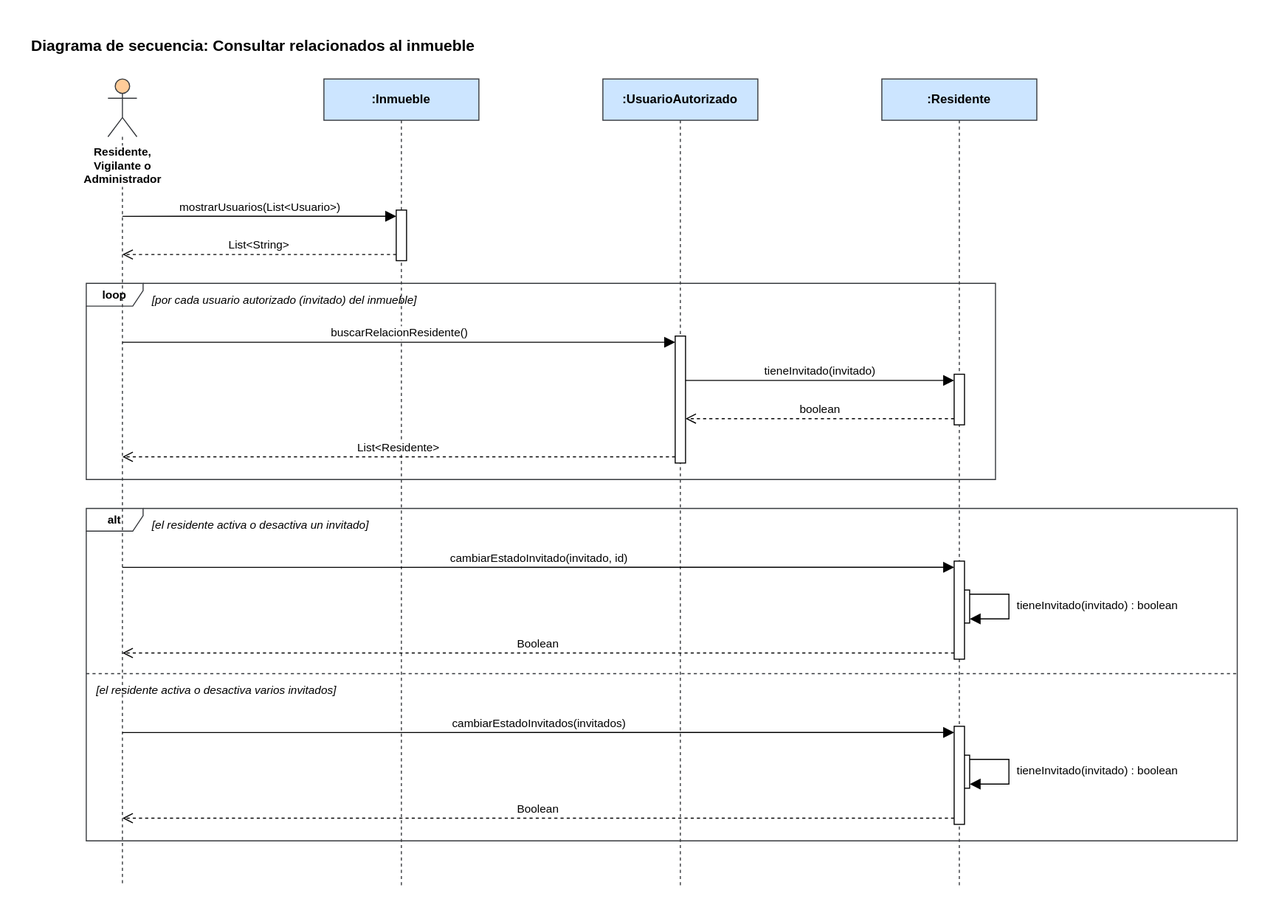
This is Diagramas/Secuencia/consultar-relacionados-al-inmueble.svg from manuel20051208/HorizontalSoftware-Back-End, a draw.io export, as it was before one commit. Source tidied: cells renumbered, new cells last; positions are measured from the earlier drawing's top-left corner, leaving out a move shared by most shapes. Its diagram source:
```xml
<mxGraphModel>
  <root>
    <mxCell id="0" />
    <mxCell id="1" parent="0" />
    <mxCell id="2" value="&lt;b&gt;Diagrama de secuencia: Consultar relacionados al inmueble&lt;/b&gt;" style="text;html=1;align=left;verticalAlign=top;whiteSpace=wrap;fontSize=15;" parent="1" vertex="1">
      <mxGeometry width="1169" height="26" as="geometry" />
    </mxCell>
    <mxCell id="3" value="Residente,&lt;br&gt;Vigilante o&lt;br&gt;Administrador" style="shape=umlLifeline;participant=umlActor;perimeter=lifelinePerimeter;whiteSpace=nowrap;html=1;outlineConnect=0;portConstraint=eastwest;size=56;verticalAlign=top;spacingTop=58;labelBackgroundColor=#ffffff;fontStyle=1;fontSize=11;fillColor=#ffcc99;strokeColor=#36393d;" parent="1" vertex="1">
      <mxGeometry x="76" y="48" width="28" height="782" as="geometry" />
    </mxCell>
    <mxCell id="4" value=":Inmueble" style="shape=umlLifeline;perimeter=lifelinePerimeter;whiteSpace=wrap;html=1;fillColor=#cce5ff;strokeColor=#36393d;fontStyle=1;fontSize=12;" parent="1" vertex="1">
      <mxGeometry x="285" y="48" width="150" height="782" as="geometry" />
    </mxCell>
    <mxCell id="5" value=":UsuarioAutorizado" style="shape=umlLifeline;perimeter=lifelinePerimeter;whiteSpace=wrap;html=1;fillColor=#cce5ff;strokeColor=#36393d;fontStyle=1;fontSize=12;" parent="1" vertex="1">
      <mxGeometry x="555" y="48" width="150" height="782" as="geometry" />
    </mxCell>
    <mxCell id="6" value=":Residente" style="shape=umlLifeline;perimeter=lifelinePerimeter;whiteSpace=wrap;html=1;fillColor=#cce5ff;strokeColor=#36393d;fontStyle=1;fontSize=12;" parent="1" vertex="1">
      <mxGeometry x="825" y="48" width="150" height="782" as="geometry" />
    </mxCell>
    <mxCell id="7" style="html=1;points=[];perimeter=orthogonalPerimeter;fillColor=#ffffff;strokeColor=#000000;" parent="1" vertex="1">
      <mxGeometry x="355" y="175" width="10" height="49" as="geometry" />
    </mxCell>
    <mxCell id="8" style="html=1;points=[];perimeter=orthogonalPerimeter;fillColor=#ffffff;strokeColor=#000000;" parent="1" vertex="1">
      <mxGeometry x="895" y="334" width="10" height="49" as="geometry" />
    </mxCell>
    <mxCell id="9" style="html=1;points=[];perimeter=orthogonalPerimeter;fillColor=#ffffff;strokeColor=#000000;" parent="1" vertex="1">
      <mxGeometry x="625" y="297" width="10" height="123" as="geometry" />
    </mxCell>
    <mxCell id="10" style="html=1;points=[];perimeter=orthogonalPerimeter;fillColor=#ffffff;strokeColor=#000000;" parent="1" vertex="1">
      <mxGeometry x="900" y="543" width="10" height="32" as="geometry" />
    </mxCell>
    <mxCell id="11" style="html=1;points=[];perimeter=orthogonalPerimeter;fillColor=#ffffff;strokeColor=#000000;" parent="1" vertex="1">
      <mxGeometry x="895" y="515" width="10" height="95" as="geometry" />
    </mxCell>
    <mxCell id="12" style="html=1;points=[];perimeter=orthogonalPerimeter;fillColor=#ffffff;strokeColor=#000000;" parent="1" vertex="1">
      <mxGeometry x="900" y="703" width="10" height="32" as="geometry" />
    </mxCell>
    <mxCell id="13" style="html=1;points=[];perimeter=orthogonalPerimeter;fillColor=#ffffff;strokeColor=#000000;" parent="1" vertex="1">
      <mxGeometry x="895" y="675" width="10" height="95" as="geometry" />
    </mxCell>
    <mxCell id="14" value="mostrarUsuarios(List&amp;lt;Usuario&amp;gt;)" style="html=1;verticalAlign=bottom;rounded=0;fontSize=11;strokeColor=#000000;endArrow=block;endFill=1;endSize=8;exitX=0.5000;exitY=0.1701;exitDx=0;exitDy=0;exitPerimeter=0;entryX=0.0000;entryY=0.1224;entryDx=0;entryDy=0;entryPerimeter=0;" parent="1" edge="1" source="3" target="7">
      <mxGeometry relative="1" as="geometry" />
    </mxCell>
    <mxCell id="15" value="List&amp;lt;String&amp;gt;" style="html=1;verticalAlign=bottom;rounded=0;fontSize=11;strokeColor=#000000;dashed=1;endArrow=open;endFill=0;endSize=8;exitX=0.0000;exitY=0.8776;exitDx=0;exitDy=0;exitPerimeter=0;entryX=0.5000;entryY=0.2174;entryDx=0;entryDy=0;entryPerimeter=0;" parent="1" edge="1" source="7" target="3">
      <mxGeometry relative="1" as="geometry" />
    </mxCell>
    <mxCell id="16" value="buscarRelacionResidente()" style="html=1;verticalAlign=bottom;rounded=0;fontSize=11;strokeColor=#000000;endArrow=block;endFill=1;endSize=8;exitX=0.5000;exitY=0.3261;exitDx=0;exitDy=0;exitPerimeter=0;entryX=0.0000;entryY=0.0488;entryDx=0;entryDy=0;entryPerimeter=0;" parent="1" edge="1" source="3" target="9">
      <mxGeometry relative="1" as="geometry" />
    </mxCell>
    <mxCell id="17" value="tieneInvitado(invitado)" style="html=1;verticalAlign=bottom;rounded=0;fontSize=11;strokeColor=#000000;endArrow=block;endFill=1;endSize=8;exitX=1.0000;exitY=0.3496;exitDx=0;exitDy=0;exitPerimeter=0;entryX=0.0000;entryY=0.1224;entryDx=0;entryDy=0;entryPerimeter=0;" parent="1" edge="1" source="9" target="8">
      <mxGeometry relative="1" as="geometry" />
    </mxCell>
    <mxCell id="18" value="boolean" style="html=1;verticalAlign=bottom;rounded=0;fontSize=11;strokeColor=#000000;dashed=1;endArrow=open;endFill=0;endSize=8;exitX=0.0000;exitY=0.8776;exitDx=0;exitDy=0;exitPerimeter=0;entryX=1.0000;entryY=0.6504;entryDx=0;entryDy=0;entryPerimeter=0;" parent="1" edge="1" source="8" target="9">
      <mxGeometry relative="1" as="geometry" />
    </mxCell>
    <mxCell id="19" value="List&amp;lt;Residente&amp;gt;" style="html=1;verticalAlign=bottom;rounded=0;fontSize=11;strokeColor=#000000;dashed=1;endArrow=open;endFill=0;endSize=8;exitX=0.0000;exitY=0.9512;exitDx=0;exitDy=0;exitPerimeter=0;entryX=0.5000;entryY=0.4680;entryDx=0;entryDy=0;entryPerimeter=0;" parent="1" edge="1" source="9" target="3">
      <mxGeometry relative="1" as="geometry" />
    </mxCell>
    <mxCell id="20" value="cambiarEstadoInvitado(invitado, id)" style="html=1;verticalAlign=bottom;rounded=0;fontSize=11;strokeColor=#000000;endArrow=block;endFill=1;endSize=8;exitX=0.5000;exitY=0.6049;exitDx=0;exitDy=0;exitPerimeter=0;entryX=0.0000;entryY=0.0632;entryDx=0;entryDy=0;entryPerimeter=0;" parent="1" edge="1" source="3" target="11">
      <mxGeometry relative="1" as="geometry" />
    </mxCell>
    <mxCell id="21" style="html=1;rounded=0;endArrow=block;endFill=1;endSize=8;strokeColor=#000000;exitX=1.0000;exitY=0.1250;exitDx=0;exitDy=0;exitPerimeter=0;entryX=1.0000;entryY=0.8750;entryDx=0;entryDy=0;entryPerimeter=0;" parent="1" edge="1" source="10" target="10">
      <mxGeometry relative="1" as="geometry">
        <Array as="points">
          <mxPoint x="948" y="547" />
          <mxPoint x="948" y="571" />
        </Array>
      </mxGeometry>
    </mxCell>
    <mxCell id="22" value="Boolean" style="html=1;verticalAlign=bottom;rounded=0;fontSize=11;strokeColor=#000000;dashed=1;endArrow=open;endFill=0;endSize=8;exitX=0.0000;exitY=0.9368;exitDx=0;exitDy=0;exitPerimeter=0;entryX=0.5000;entryY=0.7110;entryDx=0;entryDy=0;entryPerimeter=0;" parent="1" edge="1" source="11" target="3">
      <mxGeometry relative="1" as="geometry" />
    </mxCell>
    <mxCell id="23" value="cambiarEstadoInvitados(invitados)" style="html=1;verticalAlign=bottom;rounded=0;fontSize=11;strokeColor=#000000;endArrow=block;endFill=1;endSize=8;exitX=0.5000;exitY=0.8095;exitDx=0;exitDy=0;exitPerimeter=0;entryX=0.0000;entryY=0.0632;entryDx=0;entryDy=0;entryPerimeter=0;" parent="1" edge="1" source="3" target="13">
      <mxGeometry relative="1" as="geometry" />
    </mxCell>
    <mxCell id="24" style="html=1;rounded=0;endArrow=block;endFill=1;endSize=8;strokeColor=#000000;exitX=1.0000;exitY=0.1250;exitDx=0;exitDy=0;exitPerimeter=0;entryX=1.0000;entryY=0.8750;entryDx=0;entryDy=0;entryPerimeter=0;" parent="1" edge="1" source="12" target="12">
      <mxGeometry relative="1" as="geometry">
        <Array as="points">
          <mxPoint x="948" y="707" />
          <mxPoint x="948" y="731" />
        </Array>
      </mxGeometry>
    </mxCell>
    <mxCell id="25" value="Boolean" style="html=1;verticalAlign=bottom;rounded=0;fontSize=11;strokeColor=#000000;dashed=1;endArrow=open;endFill=0;endSize=8;exitX=0.0000;exitY=0.9368;exitDx=0;exitDy=0;exitPerimeter=0;entryX=0.5000;entryY=0.9156;entryDx=0;entryDy=0;entryPerimeter=0;" parent="1" edge="1" source="13" target="3">
      <mxGeometry relative="1" as="geometry" />
    </mxCell>
    <mxCell id="26" value="tieneInvitado(invitado) : boolean" style="text;html=1;align=left;verticalAlign=top;whiteSpace=wrap;overflow=hidden;fontSize=11;" parent="1" vertex="1">
      <mxGeometry x="954" y="545" width="185" height="28" as="geometry" />
    </mxCell>
    <mxCell id="27" value="tieneInvitado(invitado) : boolean" style="text;html=1;align=left;verticalAlign=top;whiteSpace=wrap;overflow=hidden;fontSize=11;" parent="1" vertex="1">
      <mxGeometry x="954" y="705" width="185" height="28" as="geometry" />
    </mxCell>
    <mxCell id="28" value="loop" style="shape=umlFrame;whiteSpace=wrap;html=1;fillColor=none;strokeColor=#36393d;fontStyle=1;fontSize=11;width=55;height=22;" parent="1" vertex="1">
      <mxGeometry x="55" y="246" width="880" height="190" as="geometry" />
    </mxCell>
    <mxCell id="29" value="alt" style="shape=umlFrame;whiteSpace=wrap;html=1;fillColor=none;strokeColor=#36393d;fontStyle=1;fontSize=11;width=55;height=22;" parent="1" vertex="1">
      <mxGeometry x="55" y="464" width="1114" height="322" as="geometry" />
    </mxCell>
    <mxCell id="30" style="endArrow=none;dashed=1;html=1;strokeColor=#36393d;" parent="1" edge="1">
      <mxGeometry relative="1" as="geometry">
        <mxPoint x="55" y="624" as="sourcePoint" />
        <mxPoint x="1169" y="624" as="targetPoint" />
      </mxGeometry>
    </mxCell>
    <mxCell id="31" value="[por cada usuario autorizado (invitado) del inmueble]" style="text;html=1;align=left;verticalAlign=top;whiteSpace=wrap;fontSize=11;fontStyle=2;" parent="1" vertex="1">
      <mxGeometry x="117" y="249" width="810" height="22" as="geometry" />
    </mxCell>
    <mxCell id="32" value="[el residente activa o desactiva un invitado]" style="text;html=1;align=left;verticalAlign=top;whiteSpace=wrap;fontSize=11;fontStyle=2;" parent="1" vertex="1">
      <mxGeometry x="117" y="467" width="1044" height="22" as="geometry" />
    </mxCell>
    <mxCell id="33" value="[el residente activa o desactiva varios invitados]" style="text;html=1;align=left;verticalAlign=top;whiteSpace=wrap;fontSize=11;fontStyle=2;" parent="1" vertex="1">
      <mxGeometry x="63" y="627" width="1094" height="22" as="geometry" />
    </mxCell>
  </root>
</mxGraphModel>
```
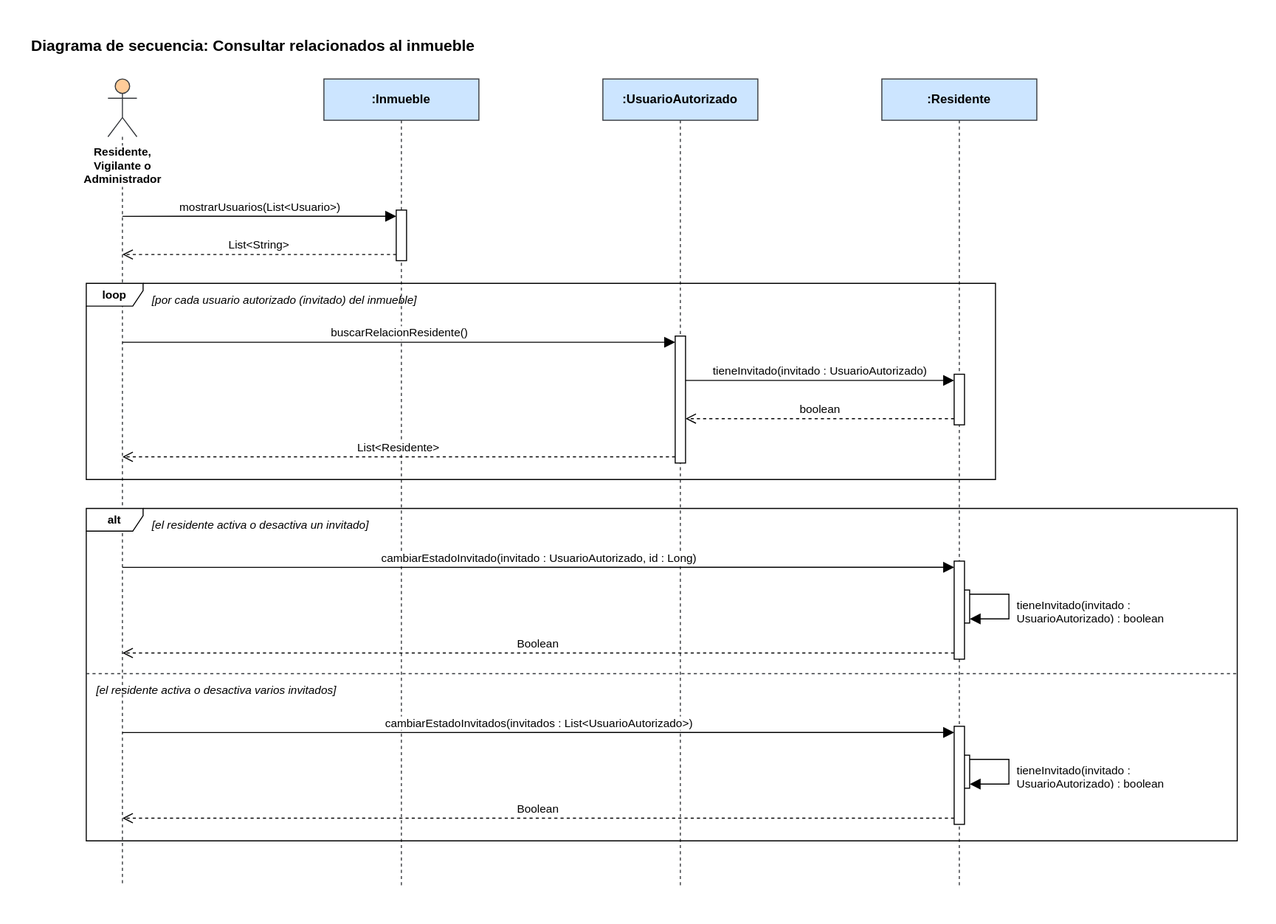
After the change.

What changed in the source:
```diff
@@ -47,7 +47,7 @@
     <mxCell id="16" value="buscarRelacionResidente()" style="html=1;verticalAlign=bottom;rounded=0;fontSize=11;strokeColor=#000000;endArrow=block;endFill=1;endSize=8;exitX=0.5000;exitY=0.3261;exitDx=0;exitDy=0;exitPerimeter=0;entryX=0.0000;entryY=0.0488;entryDx=0;entryDy=0;entryPerimeter=0;" parent="1" edge="1" source="3" target="9">
       <mxGeometry relative="1" as="geometry" />
     </mxCell>
-    <mxCell id="17" value="tieneInvitado(invitado)" style="html=1;verticalAlign=bottom;rounded=0;fontSize=11;strokeColor=#000000;endArrow=block;endFill=1;endSize=8;exitX=1.0000;exitY=0.3496;exitDx=0;exitDy=0;exitPerimeter=0;entryX=0.0000;entryY=0.1224;entryDx=0;entryDy=0;entryPerimeter=0;" parent="1" edge="1" source="9" target="8">
+    <mxCell id="17" value="tieneInvitado(invitado : UsuarioAutorizado)" style="html=1;verticalAlign=bottom;rounded=0;fontSize=11;strokeColor=#000000;endArrow=block;endFill=1;endSize=8;exitX=1.0000;exitY=0.3496;exitDx=0;exitDy=0;exitPerimeter=0;entryX=0.0000;entryY=0.1224;entryDx=0;entryDy=0;entryPerimeter=0;" parent="1" edge="1" source="9" target="8">
       <mxGeometry relative="1" as="geometry" />
     </mxCell>
     <mxCell id="18" value="boolean" style="html=1;verticalAlign=bottom;rounded=0;fontSize=11;strokeColor=#000000;dashed=1;endArrow=open;endFill=0;endSize=8;exitX=0.0000;exitY=0.8776;exitDx=0;exitDy=0;exitPerimeter=0;entryX=1.0000;entryY=0.6504;entryDx=0;entryDy=0;entryPerimeter=0;" parent="1" edge="1" source="8" target="9">
@@ -56,7 +56,7 @@
     <mxCell id="19" value="List&amp;lt;Residente&amp;gt;" style="html=1;verticalAlign=bottom;rounded=0;fontSize=11;strokeColor=#000000;dashed=1;endArrow=open;endFill=0;endSize=8;exitX=0.0000;exitY=0.9512;exitDx=0;exitDy=0;exitPerimeter=0;entryX=0.5000;entryY=0.4680;entryDx=0;entryDy=0;entryPerimeter=0;" parent="1" edge="1" source="9" target="3">
       <mxGeometry relative="1" as="geometry" />
     </mxCell>
-    <mxCell id="20" value="cambiarEstadoInvitado(invitado, id)" style="html=1;verticalAlign=bottom;rounded=0;fontSize=11;strokeColor=#000000;endArrow=block;endFill=1;endSize=8;exitX=0.5000;exitY=0.6049;exitDx=0;exitDy=0;exitPerimeter=0;entryX=0.0000;entryY=0.0632;entryDx=0;entryDy=0;entryPerimeter=0;" parent="1" edge="1" source="3" target="11">
+    <mxCell id="20" value="cambiarEstadoInvitado(invitado : UsuarioAutorizado, id : Long)" style="html=1;verticalAlign=bottom;rounded=0;fontSize=11;strokeColor=#000000;endArrow=block;endFill=1;endSize=8;exitX=0.5000;exitY=0.6049;exitDx=0;exitDy=0;exitPerimeter=0;entryX=0.0000;entryY=0.0632;entryDx=0;entryDy=0;entryPerimeter=0;" parent="1" edge="1" source="3" target="11">
       <mxGeometry relative="1" as="geometry" />
     </mxCell>
     <mxCell id="21" style="html=1;rounded=0;endArrow=block;endFill=1;endSize=8;strokeColor=#000000;exitX=1.0000;exitY=0.1250;exitDx=0;exitDy=0;exitPerimeter=0;entryX=1.0000;entryY=0.8750;entryDx=0;entryDy=0;entryPerimeter=0;" parent="1" edge="1" source="10" target="10">
@@ -70,7 +70,7 @@
     <mxCell id="22" value="Boolean" style="html=1;verticalAlign=bottom;rounded=0;fontSize=11;strokeColor=#000000;dashed=1;endArrow=open;endFill=0;endSize=8;exitX=0.0000;exitY=0.9368;exitDx=0;exitDy=0;exitPerimeter=0;entryX=0.5000;entryY=0.7110;entryDx=0;entryDy=0;entryPerimeter=0;" parent="1" edge="1" source="11" target="3">
       <mxGeometry relative="1" as="geometry" />
     </mxCell>
-    <mxCell id="23" value="cambiarEstadoInvitados(invitados)" style="html=1;verticalAlign=bottom;rounded=0;fontSize=11;strokeColor=#000000;endArrow=block;endFill=1;endSize=8;exitX=0.5000;exitY=0.8095;exitDx=0;exitDy=0;exitPerimeter=0;entryX=0.0000;entryY=0.0632;entryDx=0;entryDy=0;entryPerimeter=0;" parent="1" edge="1" source="3" target="13">
+    <mxCell id="23" value="cambiarEstadoInvitados(invitados : List&amp;lt;UsuarioAutorizado&amp;gt;)" style="html=1;verticalAlign=bottom;rounded=0;fontSize=11;strokeColor=#000000;endArrow=block;endFill=1;endSize=8;exitX=0.5000;exitY=0.8095;exitDx=0;exitDy=0;exitPerimeter=0;entryX=0.0000;entryY=0.0632;entryDx=0;entryDy=0;entryPerimeter=0;" parent="1" edge="1" source="3" target="13">
       <mxGeometry relative="1" as="geometry" />
     </mxCell>
     <mxCell id="24" style="html=1;rounded=0;endArrow=block;endFill=1;endSize=8;strokeColor=#000000;exitX=1.0000;exitY=0.1250;exitDx=0;exitDy=0;exitPerimeter=0;entryX=1.0000;entryY=0.8750;entryDx=0;entryDy=0;entryPerimeter=0;" parent="1" edge="1" source="12" target="12">
@@ -84,16 +84,16 @@
     <mxCell id="25" value="Boolean" style="html=1;verticalAlign=bottom;rounded=0;fontSize=11;strokeColor=#000000;dashed=1;endArrow=open;endFill=0;endSize=8;exitX=0.0000;exitY=0.9368;exitDx=0;exitDy=0;exitPerimeter=0;entryX=0.5000;entryY=0.9156;entryDx=0;entryDy=0;entryPerimeter=0;" parent="1" edge="1" source="13" target="3">
       <mxGeometry relative="1" as="geometry" />
     </mxCell>
-    <mxCell id="26" value="tieneInvitado(invitado) : boolean" style="text;html=1;align=left;verticalAlign=top;whiteSpace=wrap;overflow=hidden;fontSize=11;" parent="1" vertex="1">
+    <mxCell id="26" value="tieneInvitado(invitado : UsuarioAutorizado) : boolean" style="text;html=1;align=left;verticalAlign=top;whiteSpace=wrap;overflow=hidden;fontSize=11;" parent="1" vertex="1">
       <mxGeometry x="954" y="545" width="185" height="28" as="geometry" />
     </mxCell>
-    <mxCell id="27" value="tieneInvitado(invitado) : boolean" style="text;html=1;align=left;verticalAlign=top;whiteSpace=wrap;overflow=hidden;fontSize=11;" parent="1" vertex="1">
+    <mxCell id="27" value="tieneInvitado(invitado : UsuarioAutorizado) : boolean" style="text;html=1;align=left;verticalAlign=top;whiteSpace=wrap;overflow=hidden;fontSize=11;" parent="1" vertex="1">
       <mxGeometry x="954" y="705" width="185" height="28" as="geometry" />
     </mxCell>
-    <mxCell id="28" value="loop" style="shape=umlFrame;whiteSpace=wrap;html=1;fillColor=none;strokeColor=#36393d;fontStyle=1;fontSize=11;width=55;height=22;" parent="1" vertex="1">
+    <mxCell id="28" value="loop" style="shape=umlFrame;whiteSpace=wrap;html=1;fontStyle=1;fontSize=11;width=55;height=22;" parent="1" vertex="1">
       <mxGeometry x="55" y="246" width="880" height="190" as="geometry" />
     </mxCell>
-    <mxCell id="29" value="alt" style="shape=umlFrame;whiteSpace=wrap;html=1;fillColor=none;strokeColor=#36393d;fontStyle=1;fontSize=11;width=55;height=22;" parent="1" vertex="1">
+    <mxCell id="29" value="alt" style="shape=umlFrame;whiteSpace=wrap;html=1;fontStyle=1;fontSize=11;width=55;height=22;" parent="1" vertex="1">
       <mxGeometry x="55" y="464" width="1114" height="322" as="geometry" />
     </mxCell>
     <mxCell id="30" style="endArrow=none;dashed=1;html=1;strokeColor=#36393d;" parent="1" edge="1">
```
